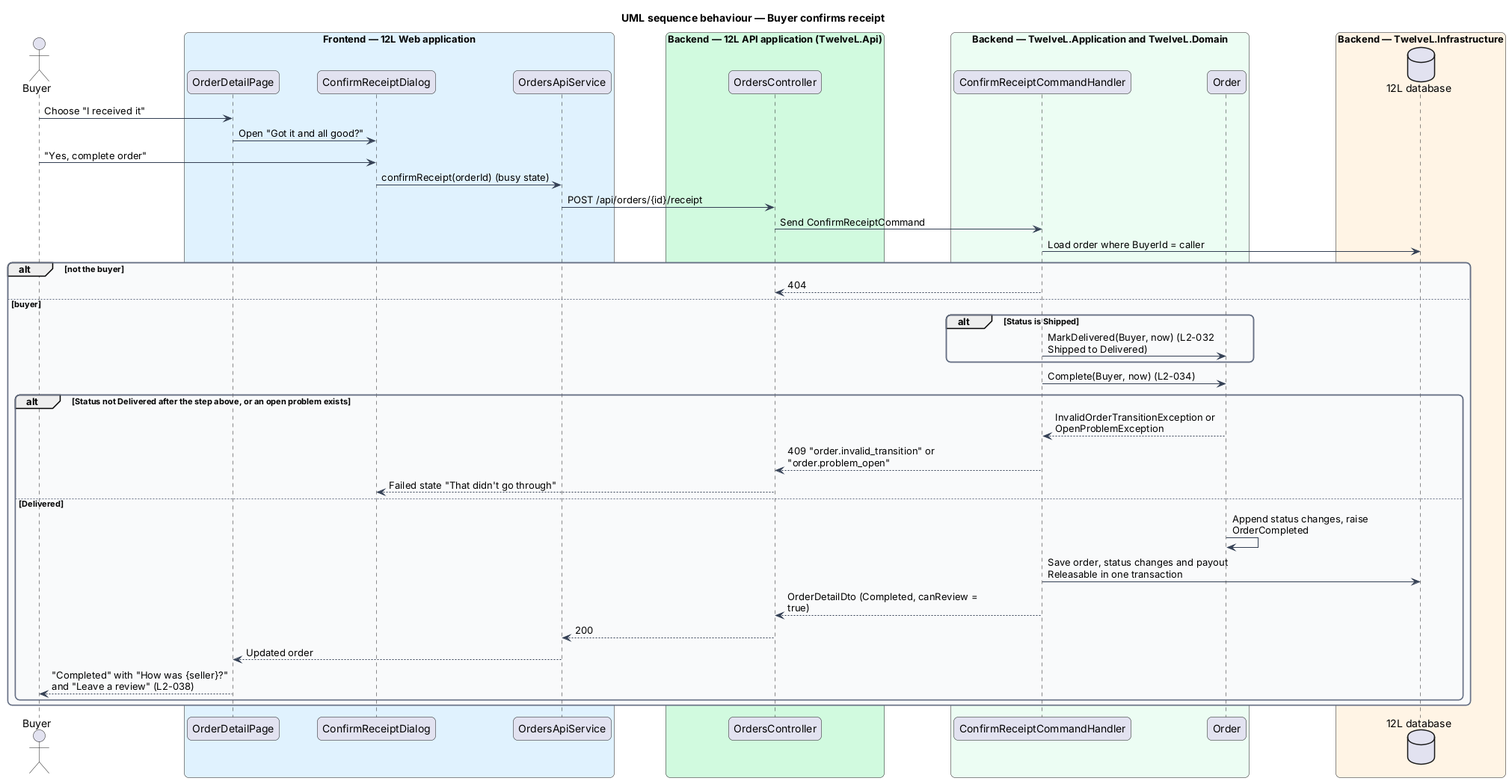
Above: docs/detailed-designs/orders/complete-order/diagrams/sequence-confirm-receipt.png in QuinntyneBrown/12l (PlantUML), before the change. Its diagram source:
```plantuml
@startuml
title UML sequence behaviour — Buyer confirms receipt
skinparam backgroundColor #FFFFFF
skinparam shadowing false
skinparam roundcorner 12
skinparam defaultFontName Arial
skinparam ArrowColor #344054
skinparam rectangle {
  BorderColor #344054
  FontColor #101828
}
skinparam package {
  BorderColor #667085
  FontColor #101828
  BackgroundColor #F9FAFB
}
skinparam sequenceMessageAlign left
skinparam maxMessageSize 260
actor "Buyer" as actor
box "Frontend — 12L Web application" #E0F2FE
  participant "OrderDetailPage" as page
  participant "ConfirmReceiptDialog" as dlg
  participant "OrdersApiService" as client
end box
box "Backend — 12L API application (TwelveL.Api)" #D1FADF
  participant "OrdersController" as ctrl
end box
box "Backend — TwelveL.Application and TwelveL.Domain" #ECFDF3
  participant "ConfirmReceiptCommandHandler" as h
  participant "Order" as order
end box
box "Backend — TwelveL.Infrastructure" #FFF4E5
  database "12L database" as db
end box
actor -> page : Choose "I received it"
page -> dlg : Open "Got it and all good?"
actor -> dlg : "Yes, complete order"
dlg -> client : confirmReceipt(orderId) (busy state)
client -> ctrl : POST /api/orders/{id}/receipt
ctrl -> h : Send ConfirmReceiptCommand
h -> db : Load order where BuyerId = caller
alt not the buyer
  h --> ctrl : 404
else buyer
  alt Status is Shipped
    h -> order : MarkDelivered(Buyer, now) (L2-032 Shipped to Delivered)
  end
  h -> order : Complete(Buyer, now) (L2-034)
  alt Status not Delivered after the step above, or an open problem exists
    order --> h : InvalidOrderTransitionException or OpenProblemException
    h --> ctrl : 409 "order.invalid_transition" or "order.problem_open"
    ctrl --> dlg : Failed state "That didn't go through"
  else Delivered
    order -> order : Append status changes, raise OrderCompleted
    h -> db : Save order, status changes and payout Releasable in one transaction
    h --> ctrl : OrderDetailDto (Completed, canReview = true)
    ctrl --> client : 200
    client --> page : Updated order
    page --> actor : "Completed" with "How was {seller}?" and "Leave a review" (L2-038)
  end
end
@enduml
```
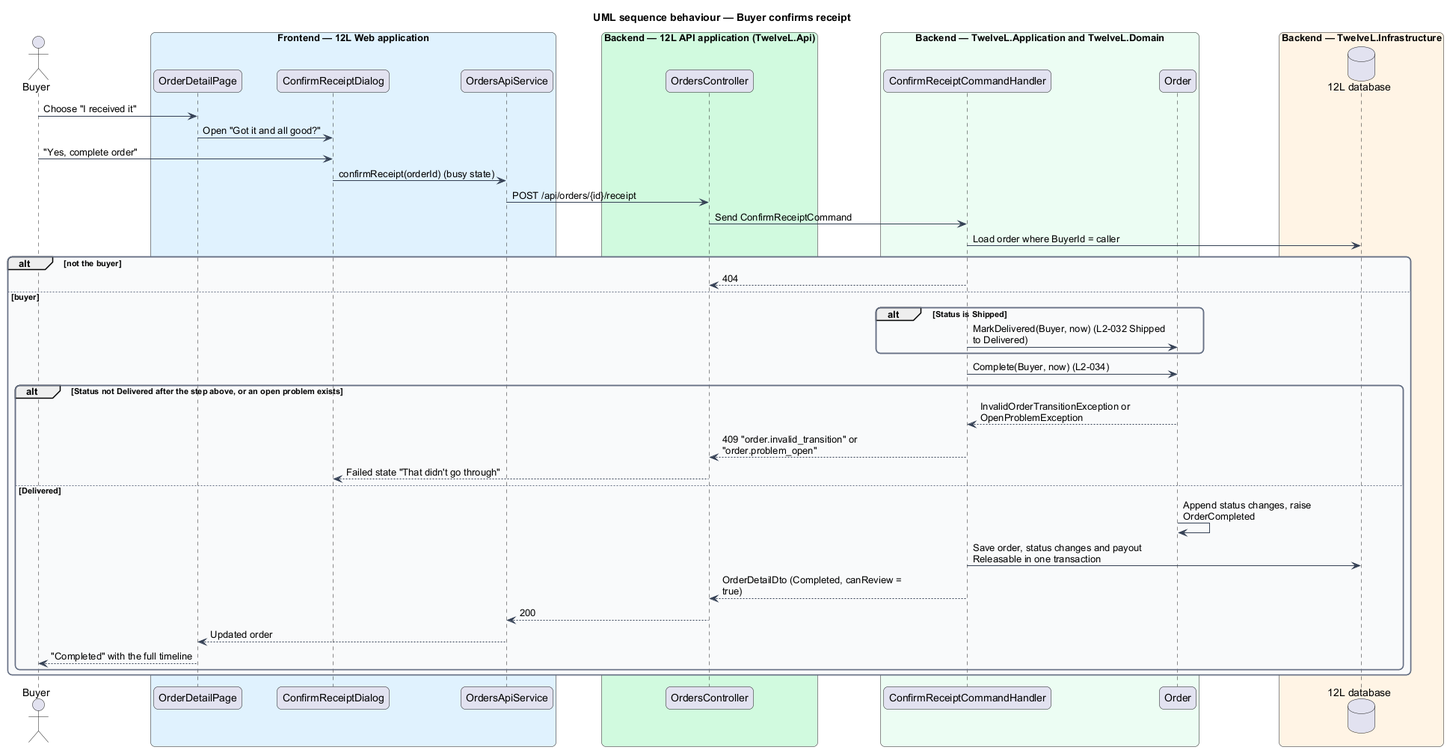
Later version of the same file.

Change to the diagram source:
```diff
@@ -56,7 +56,7 @@
     h --> ctrl : OrderDetailDto (Completed, canReview = true)
     ctrl --> client : 200
     client --> page : Updated order
-    page --> actor : "Completed" with "How was {seller}?" and "Leave a review" (L2-038)
+    page --> actor : "Completed" with the full timeline
   end
 end
 @enduml
```
